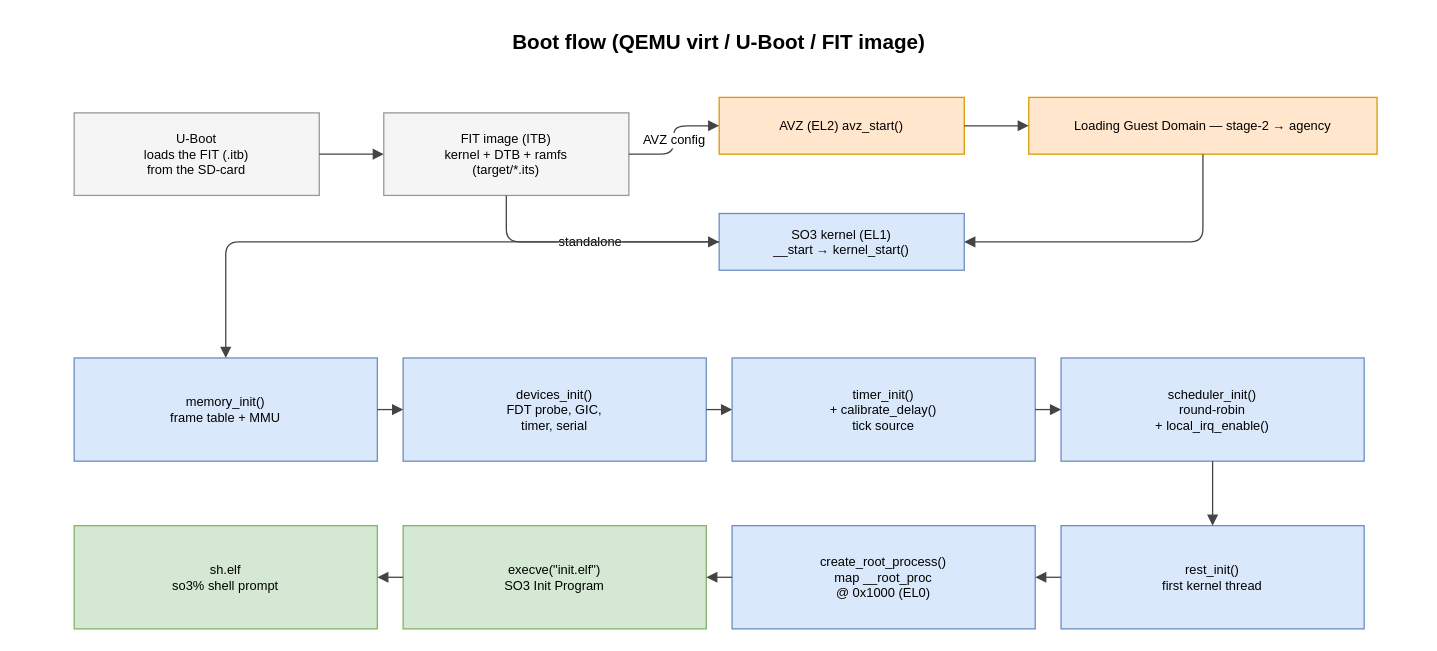
The draw.io diagram page "boot" (3 of 11) of doc/source/img/so3.drawio in smartobjectoriented/so3, before the edit. Source tidied: cells renumbered, new cells numbered last; positions are measured from the earlier drawing's top-left corner, leaving out a move shared by most shapes. Both pictures are drawn from the tidied source at 129%, with x=0, y=0 at pixel (22, 22).
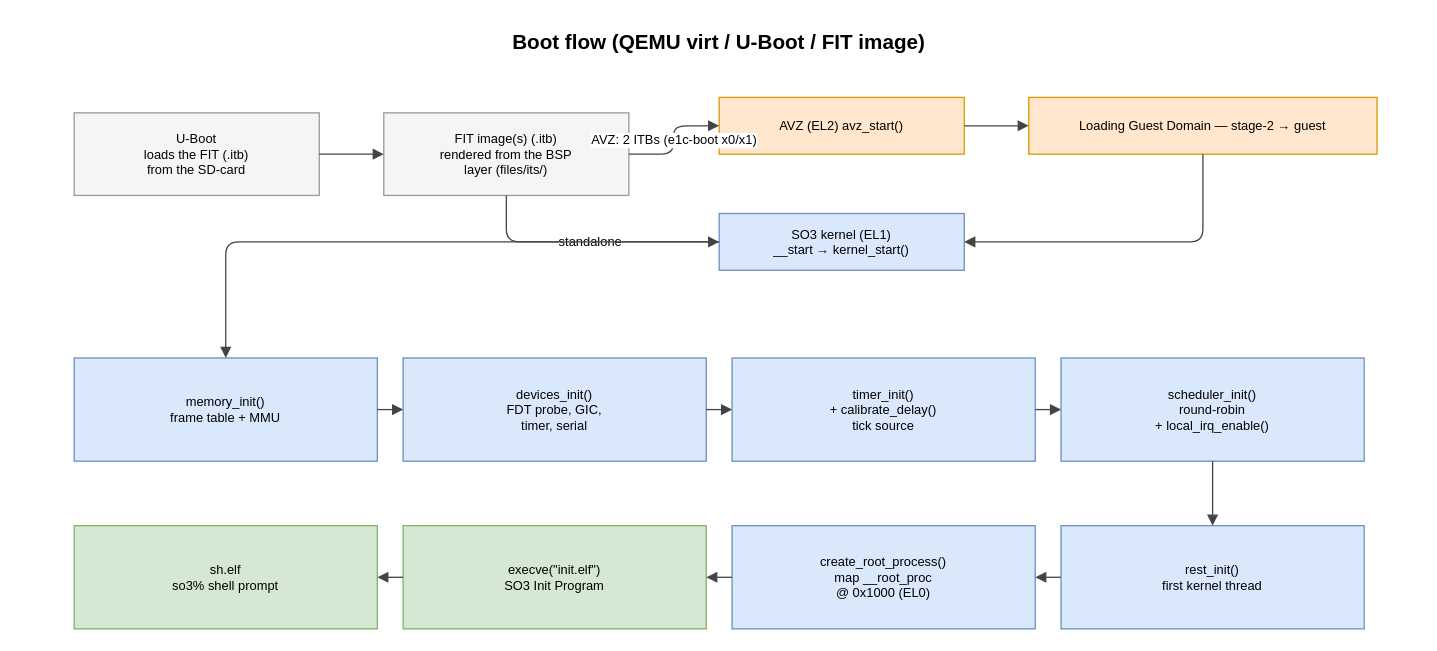
The same page after the edit.

The change refers to these unchanged cells:
```xml
<mxCell id="5" value="AVZ (EL2)  avz_start()" style="fillColor=#ffe6cc;strokeColor=#d79b00;fontSize=10;" parent="1" vertex="1">
  <mxGeometry x="540" y="58" width="190" height="44" as="geometry" />
</mxCell>
```

Change to the diagram source:
```diff
@@
-    <mxCell id="4" value="FIT image (ITB)&#10;kernel + DTB + ramfs&#10;(target/*.its)" style="fillColor=#f5f5f5;strokeColor=#999999;fontSize=10;" parent="1" vertex="1">
+    <mxCell id="4" value="FIT image(s) (.itb)&#10;rendered from the BSP&#10;layer (files/its/)" style="fillColor=#f5f5f5;strokeColor=#999999;fontSize=10;" parent="1" vertex="1">
       <mxGeometry x="280" y="70" width="190" height="64" as="geometry" />
     </mxCell>
@@
-    <mxCell id="6" value="Loading Guest Domain — stage-2 → agency" style="fillColor=#ffe6cc;strokeColor=#d79b00;fontSize=10;" parent="1" vertex="1">
+    <mxCell id="6" value="Loading Guest Domain — stage-2 → guest" style="fillColor=#ffe6cc;strokeColor=#d79b00;fontSize=10;" parent="1" vertex="1">
       <mxGeometry x="780" y="58" width="270" height="44" as="geometry" />
     </mxCell>
@@
-    <mxCell id="9" value="AVZ config" style="edgeStyle=orthogonalEdgeStyle;rounded=1;html=1;endArrow=block;strokeColor=#444444;fontSize=10;" parent="1" edge="1" source="4" target="5">
+    <mxCell id="9" value="AVZ: 2 ITBs (e1c-boot x0/x1)" style="edgeStyle=orthogonalEdgeStyle;rounded=1;html=1;endArrow=block;strokeColor=#444444;fontSize=10;" parent="1" edge="1" source="4" target="5">
       <mxGeometry relative="1" as="geometry" />
     </mxCell>
```
